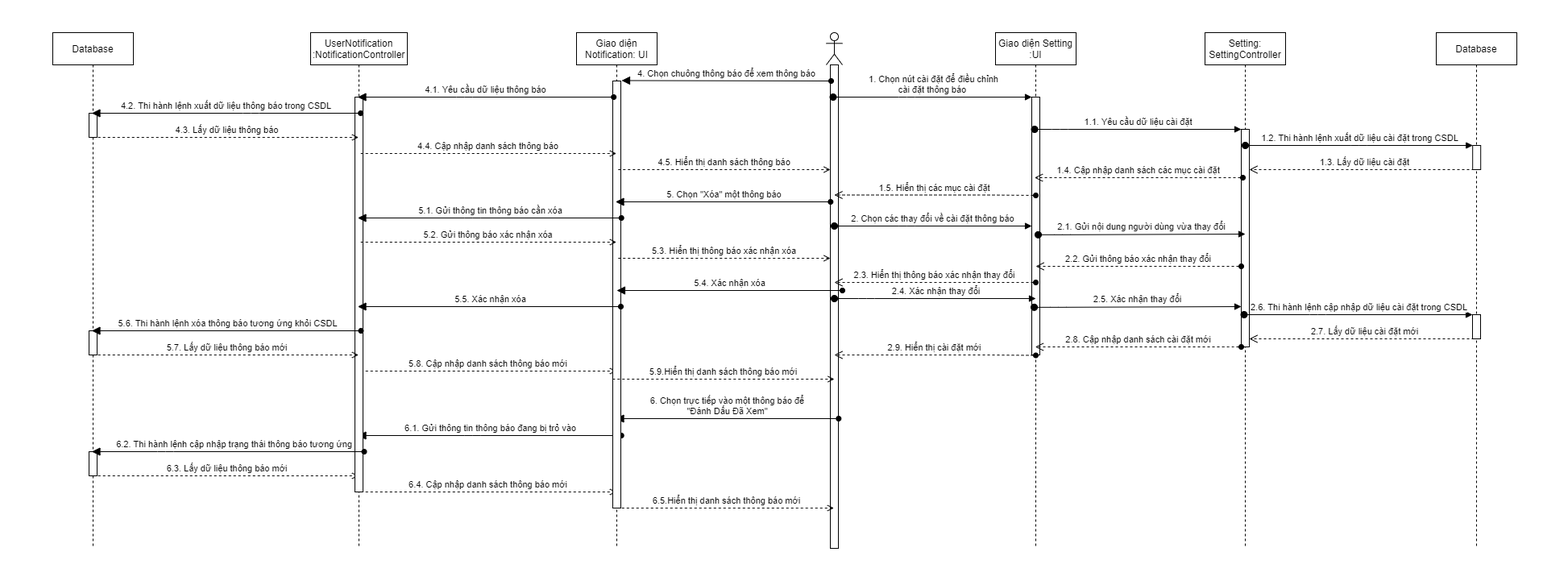
The draw.io diagram ToDoApp-Doc/Document/Diagram/Sequence Diagram/UserNotificationManagement/UserNotificationManagement_SequenceDiagram.png in Merevoli-DatLuu/To-Do-App, before a commit. Source tidied: cells renumbered, new cells last; positions are measured from the earlier drawing's top-left corner, leaving out a move shared by most shapes.
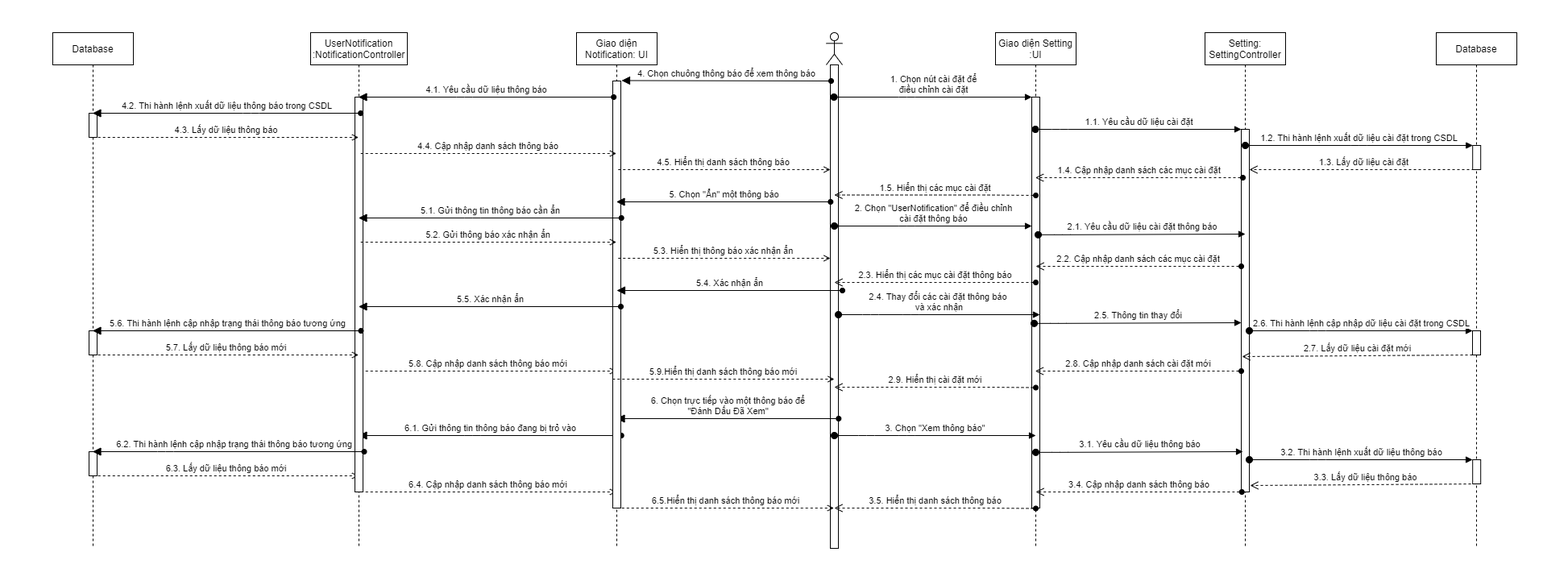
Above is the later version.

Commit message:
[Modified]: UserNotificationManagement Sequence Diagram

Diff of the diagram source:
```diff
@@ -15,24 +15,15 @@
       <mxGeometry x="1235" y="40" width="100" height="640" as="geometry" />
     </mxCell>
     <mxCell id="6" style="html=1;perimeter=orthogonalPerimeter;" parent="5" vertex="1">
-      <mxGeometry x="45" y="80" width="10" height="320" as="geometry" />
+      <mxGeometry x="45" y="80" width="10" height="510" as="geometry" />
     </mxCell>
-    <mxCell id="7" value="2.9. Hiển thị cài đặt mới" style="html=1;verticalAlign=bottom;endArrow=open;endSize=8;startArrow=oval;startFill=1;endFill=0;dashed=1;" parent="5" edge="1">
-      <mxGeometry relative="1" as="geometry">
-        <mxPoint x="50" y="400.5" as="sourcePoint" />
-        <mxPoint x="-200" y="400" as="targetPoint" />
-        <Array as="points">
-          <mxPoint x="-9.5" y="400" />
-        </Array>
-      </mxGeometry>
-    </mxCell>
     <mxCell id="8" value="Setting:&lt;br&gt;SettingController" style="shape=umlLifeline;perimeter=lifelinePerimeter;whiteSpace=wrap;html=1;outlineConnect=0;" parent="1" vertex="1">
       <mxGeometry x="1495" y="40" width="100" height="640" as="geometry" />
     </mxCell>
     <mxCell id="9" style="html=1;points=[];perimeter=orthogonalPerimeter;" parent="8" vertex="1">
-      <mxGeometry x="45" y="120" width="10" height="270" as="geometry" />
+      <mxGeometry x="45" y="120" width="10" height="450" as="geometry" />
     </mxCell>
-    <mxCell id="10" value="1. Chọn nút cài đặt để điều chỉnh&lt;br&gt;cài đặt thông báo&amp;nbsp;" style="html=1;verticalAlign=bottom;startArrow=oval;endArrow=block;startSize=8;" parent="1" edge="1" source="3">
+    <mxCell id="10" value="1. Chọn nút cài đặt để&lt;br&gt;điều chỉnh cài đặt" style="html=1;verticalAlign=bottom;startArrow=oval;endArrow=block;startSize=8;" parent="1" edge="1" source="3">
       <mxGeometry relative="1" as="geometry">
         <mxPoint x="1280" y="120" as="targetPoint" />
         <Array as="points">
@@ -55,7 +46,7 @@
         </Array>
       </mxGeometry>
     </mxCell>
-    <mxCell id="13" value="2. Chọn các thay đổi về cài đặt thông báo" style="html=1;verticalAlign=bottom;startArrow=oval;endArrow=block;startSize=8;" parent="1" edge="1">
+    <mxCell id="13" value="2. Chọn &quot;UserNotification&quot; để điều chỉnh&lt;br&gt;cài đặt thông báo" style="html=1;verticalAlign=bottom;startArrow=oval;endArrow=block;startSize=8;" parent="1" edge="1">
       <mxGeometry relative="1" as="geometry">
         <mxPoint x="1035" y="280" as="sourcePoint" />
         <mxPoint x="1280" y="280" as="targetPoint" />
@@ -64,10 +55,10 @@
         </Array>
       </mxGeometry>
     </mxCell>
-    <mxCell id="14" value="2.6. Thi hành lệnh cập nhập dữ liệu cài đặt trong CSDL" style="html=1;verticalAlign=bottom;startArrow=oval;endArrow=block;startSize=8;" parent="1" edge="1" source="8" target="19">
+    <mxCell id="14" value="2.6. Thi hành lệnh cập nhập dữ liệu cài đặt trong CSDL" style="html=1;verticalAlign=bottom;startArrow=oval;endArrow=block;startSize=8;" parent="1" edge="1" source="9" target="19">
       <mxGeometry relative="1" as="geometry">
         <Array as="points">
-          <mxPoint x="1635" y="390" />
+          <mxPoint x="1635" y="410" />
         </Array>
       </mxGeometry>
     </mxCell>
@@ -76,7 +67,7 @@
         <mxPoint x="1040.3" y="519" as="targetPoint" />
       </mxGeometry>
     </mxCell>
-    <mxCell id="16" value="2.1. Gửi nội dung người dùng vừa thay đổi" style="html=1;verticalAlign=bottom;startArrow=oval;endArrow=block;startSize=8;entryX=0.2;entryY=-0.021;entryDx=0;entryDy=0;entryPerimeter=0;" parent="1" edge="1">
+    <mxCell id="16" value="2.1. Yêu cầu dữ liệu cài đặt thông báo" style="html=1;verticalAlign=bottom;startArrow=oval;endArrow=block;startSize=8;entryX=0.2;entryY=-0.021;entryDx=0;entryDy=0;entryPerimeter=0;" parent="1" edge="1">
       <mxGeometry relative="1" as="geometry">
         <mxPoint x="1288" y="290.8" as="sourcePoint" />
         <mxPoint x="1545" y="290" as="targetPoint" />
@@ -91,15 +82,15 @@
     <mxCell id="18" style="html=1;points=[];perimeter=orthogonalPerimeter;" parent="17" vertex="1">
       <mxGeometry x="45.2" y="140" width="10" height="30" as="geometry" />
     </mxCell>
-    <mxCell id="19" style="html=1;points=[];perimeter=orthogonalPerimeter;" parent="17" vertex="1">
-      <mxGeometry x="45" y="350" width="10" height="30" as="geometry" />
-    </mxCell>
+    <mxCell id="58" style="html=1;perimeter=orthogonalPerimeter;" parent="17" vertex="1">
+      <mxGeometry x="45.2" y="530" width="10" height="30" as="geometry" />
+    </mxCell>
     <mxCell id="20" value="2.8. Cập nhập danh sách cài đặt mới" style="html=1;verticalAlign=bottom;endArrow=open;endSize=8;startArrow=oval;startFill=1;endFill=0;dashed=1;" parent="1" edge="1">
       <mxGeometry relative="1" as="geometry">
-        <mxPoint x="1540" y="430" as="sourcePoint" />
-        <mxPoint x="1284.3" y="430" as="targetPoint" />
+        <mxPoint x="1540" y="460" as="sourcePoint" />
+        <mxPoint x="1284.3" y="460" as="targetPoint" />
         <Array as="points">
-          <mxPoint x="1525" y="430" />
+          <mxPoint x="1525" y="460" />
         </Array>
       </mxGeometry>
     </mxCell>
@@ -140,7 +131,7 @@
         </Array>
       </mxGeometry>
     </mxCell>
-    <mxCell id="26" value="2.2. Gửi thông báo xác nhận thay đổi" style="html=1;verticalAlign=bottom;endArrow=open;endSize=8;endFill=0;startArrow=oval;startFill=1;dashed=1;" parent="1" edge="1" source="9">
+    <mxCell id="26" value="2.2. Cập nhập danh sách các mục cài đặt" style="html=1;verticalAlign=bottom;endArrow=open;endSize=8;endFill=0;startArrow=oval;startFill=1;dashed=1;" parent="1" edge="1" source="9">
       <mxGeometry relative="1" as="geometry">
         <mxPoint x="1285" y="330" as="targetPoint" />
       </mxGeometry>
@@ -154,34 +145,23 @@
         </Array>
       </mxGeometry>
     </mxCell>
-    <mxCell id="28" value="2.3. Hiển thị thông báo xác nhận thay đổi" style="html=1;verticalAlign=bottom;endArrow=open;endSize=8;endFill=0;startArrow=oval;startFill=1;dashed=1;" parent="1" edge="1">
+    <mxCell id="28" value="2.3. Hiển thị các mục cài đặt thông báo" style="html=1;verticalAlign=bottom;endArrow=open;endSize=8;endFill=0;startArrow=oval;startFill=1;dashed=1;" parent="1" edge="1">
       <mxGeometry relative="1" as="geometry">
         <mxPoint x="1285" y="350" as="sourcePoint" />
         <mxPoint x="1035" y="350" as="targetPoint" />
       </mxGeometry>
     </mxCell>
-    <mxCell id="29" value="2.7. Lấy dữ liệu cài đặt mới" style="html=1;verticalAlign=bottom;endArrow=open;dashed=1;endSize=8;" parent="1" edge="1">
+    <mxCell id="29" value="2.7. Lấy dữ liệu cài đặt mới" style="html=1;verticalAlign=bottom;endArrow=open;dashed=1;endSize=8;" parent="1" edge="1" source="19">
       <mxGeometry relative="1" as="geometry">
-        <mxPoint x="1835" y="420" as="sourcePoint" />
-        <mxPoint x="1550" y="420" as="targetPoint" />
+        <mxPoint x="1541" y="442" as="targetPoint" />
       </mxGeometry>
     </mxCell>
-    <mxCell id="30" value="2.4. Xác nhận thay đổi" style="html=1;verticalAlign=bottom;startArrow=oval;endArrow=block;startSize=8;" parent="1" edge="1">
-      <mxGeometry relative="1" as="geometry">
-        <mxPoint x="1035" y="370" as="sourcePoint" />
-        <mxPoint x="1285" y="370" as="targetPoint" />
-        <Array as="points">
-          <mxPoint x="1075" y="370" />
-          <mxPoint x="1125.3" y="370" />
-        </Array>
-      </mxGeometry>
-    </mxCell>
-    <mxCell id="31" value="2.5. Xác nhận thay đổi" style="html=1;verticalAlign=bottom;startArrow=oval;endArrow=block;startSize=8;entryX=0.2;entryY=-0.021;entryDx=0;entryDy=0;entryPerimeter=0;" parent="1" edge="1">
+    <mxCell id="31" value="2.5. Thông tin thay đổi" style="html=1;verticalAlign=bottom;startArrow=oval;endArrow=block;startSize=8;entryX=0.2;entryY=-0.021;entryDx=0;entryDy=0;entryPerimeter=0;" parent="1" edge="1">
       <mxGeometry relative="1" as="geometry">
-        <mxPoint x="1283" y="380.8" as="sourcePoint" />
-        <mxPoint x="1540" y="380" as="targetPoint" />
+        <mxPoint x="1283" y="400.8" as="sourcePoint" />
+        <mxPoint x="1540" y="400" as="targetPoint" />
         <Array as="points">
-          <mxPoint x="1313.3" y="380.8" />
+          <mxPoint x="1313.3" y="400.8" />
         </Array>
       </mxGeometry>
     </mxCell>
@@ -270,12 +250,12 @@
         </Array>
       </mxGeometry>
     </mxCell>
-    <mxCell id="49" value="5. Chọn &quot;Xóa&quot; một thông báo" style="html=1;verticalAlign=bottom;startArrow=block;endArrow=oval;startSize=8;startFill=1;endFill=1;" parent="1" edge="1" source="34">
+    <mxCell id="49" value="5. Chọn &quot;Ẩn&quot; một thông báo" style="html=1;verticalAlign=bottom;startArrow=block;endArrow=oval;startSize=8;startFill=1;endFill=1;" parent="1" edge="1" source="34">
       <mxGeometry relative="1" as="geometry">
         <mxPoint x="1030.3" y="250" as="targetPoint" />
       </mxGeometry>
     </mxCell>
-    <mxCell id="50" value="5.1. Gửi thông tin thông báo cần xóa" style="html=1;verticalAlign=bottom;startArrow=block;endArrow=oval;startSize=8;startFill=1;endFill=1;" parent="1" edge="1" source="37">
+    <mxCell id="50" value="5.1. Gửi thông tin thông báo cần ẩn" style="html=1;verticalAlign=bottom;startArrow=block;endArrow=oval;startSize=8;startFill=1;endFill=1;" parent="1" edge="1" source="37">
       <mxGeometry relative="1" as="geometry">
         <mxPoint x="770.7" y="270" as="targetPoint" />
         <Array as="points">
@@ -283,28 +263,28 @@
         </Array>
       </mxGeometry>
     </mxCell>
-    <mxCell id="51" value="5.2. Gửi thông báo xác nhận xóa" style="html=1;verticalAlign=bottom;endArrow=none;endSize=8;endFill=0;startArrow=open;startFill=0;dashed=1;" parent="1" edge="1" source="34">
+    <mxCell id="51" value="5.2. Gửi thông báo xác nhận ẩn" style="html=1;verticalAlign=bottom;endArrow=none;endSize=8;endFill=0;startArrow=open;startFill=0;dashed=1;" parent="1" edge="1" source="34">
       <mxGeometry relative="1" as="geometry">
         <mxPoint x="445" y="300" as="targetPoint" />
       </mxGeometry>
     </mxCell>
-    <mxCell id="52" value="5.3. Hiển thị thông báo xác nhận xóa" style="html=1;verticalAlign=bottom;endArrow=none;endSize=8;endFill=0;startArrow=open;startFill=0;entryX=1.22;entryY=0.409;entryDx=0;entryDy=0;entryPerimeter=0;dashed=1;" parent="1" edge="1" source="4">
+    <mxCell id="52" value="5.3. Hiển thị thông báo xác nhận ẩn" style="html=1;verticalAlign=bottom;endArrow=none;endSize=8;endFill=0;startArrow=open;startFill=0;entryX=1.22;entryY=0.409;entryDx=0;entryDy=0;entryPerimeter=0;dashed=1;" parent="1" edge="1" source="4">
       <mxGeometry relative="1" as="geometry">
         <mxPoint x="765" y="320" as="targetPoint" />
       </mxGeometry>
     </mxCell>
-    <mxCell id="53" value="5.4. Xác nhận xóa" style="html=1;verticalAlign=bottom;startArrow=block;endArrow=oval;startSize=8;startFill=1;endFill=1;" parent="1" edge="1">
+    <mxCell id="53" value="5.4. Xác nhận ẩn" style="html=1;verticalAlign=bottom;startArrow=block;endArrow=oval;startSize=8;startFill=1;endFill=1;" parent="1" edge="1">
       <mxGeometry relative="1" as="geometry">
         <mxPoint x="765" y="360" as="sourcePoint" />
         <mxPoint x="1045" y="360" as="targetPoint" />
       </mxGeometry>
     </mxCell>
-    <mxCell id="54" value="5.5. Xác nhận xóa" style="html=1;verticalAlign=bottom;startArrow=block;endArrow=oval;startSize=8;startFill=1;endFill=1;" parent="1" edge="1" source="37">
+    <mxCell id="54" value="5.5. Xác nhận ẩn" style="html=1;verticalAlign=bottom;startArrow=block;endArrow=oval;startSize=8;startFill=1;endFill=1;" parent="1" edge="1" source="37">
       <mxGeometry relative="1" as="geometry">
         <mxPoint x="770" y="380" as="targetPoint" />
       </mxGeometry>
     </mxCell>
-    <mxCell id="55" value="5.6. Thi hành lệnh xóa thông báo tương ứng khỏi CSDL" style="html=1;verticalAlign=bottom;startArrow=block;endArrow=oval;startSize=8;startFill=1;endFill=1;" parent="1" edge="1" source="39">
+    <mxCell id="55" value="5.6. Thi hành lệnh cập nhập trạng thái thông báo tương ứng" style="html=1;verticalAlign=bottom;startArrow=block;endArrow=oval;startSize=8;startFill=1;endFill=1;" parent="1" edge="1" source="39">
       <mxGeometry relative="1" as="geometry">
         <mxPoint x="447.5" y="410" as="targetPoint" />
       </mxGeometry>
@@ -322,5 +302,79 @@
         </Array>
       </mxGeometry>
     </mxCell>
+    <mxCell id="30" value="2.4. Thay đổi các cài đặt thông báo &lt;br&gt;và xác nhận" style="html=1;verticalAlign=bottom;startArrow=oval;endArrow=block;startSize=8;" parent="1" edge="1">
+      <mxGeometry relative="1" as="geometry">
+        <mxPoint x="1040" y="390" as="sourcePoint" />
+        <mxPoint x="1290" y="390" as="targetPoint" />
+        <Array as="points">
+          <mxPoint x="1080" y="390" />
+          <mxPoint x="1130.3" y="390" />
+        </Array>
+      </mxGeometry>
+    </mxCell>
+    <mxCell id="19" style="html=1;points=[];perimeter=orthogonalPerimeter;" parent="1" vertex="1">
+      <mxGeometry x="1827" y="410" width="10" height="30" as="geometry" />
+    </mxCell>
+    <mxCell id="7" value="2.9. Hiển thị cài đặt mới" style="html=1;verticalAlign=bottom;endArrow=open;endSize=8;startArrow=oval;startFill=1;endFill=0;dashed=1;" parent="1" edge="1">
+      <mxGeometry relative="1" as="geometry">
+        <mxPoint x="1285" y="480.5" as="sourcePoint" />
+        <mxPoint x="1035" y="480" as="targetPoint" />
+        <Array as="points">
+          <mxPoint x="1225.5" y="480" />
+        </Array>
+      </mxGeometry>
+    </mxCell>
+    <mxCell id="59" value="3. Chọn &quot;Xem thông báo&quot;" style="html=1;verticalAlign=bottom;startArrow=oval;endArrow=block;startSize=8;" parent="1" edge="1">
+      <mxGeometry relative="1" as="geometry">
+        <mxPoint x="1035" y="540" as="sourcePoint" />
+        <mxPoint x="1285" y="540" as="targetPoint" />
+        <Array as="points">
+          <mxPoint x="1075" y="540" />
+          <mxPoint x="1125.3" y="540" />
+        </Array>
+      </mxGeometry>
+    </mxCell>
+    <mxCell id="60" value="3.1. Yêu cầu dữ liệu thông báo" style="html=1;verticalAlign=bottom;startArrow=oval;endArrow=block;startSize=8;entryX=0.2;entryY=-0.021;entryDx=0;entryDy=0;entryPerimeter=0;" parent="1" edge="1">
+      <mxGeometry relative="1" as="geometry">
+        <mxPoint x="1285" y="560.8" as="sourcePoint" />
+        <mxPoint x="1542" y="560" as="targetPoint" />
+        <Array as="points">
+          <mxPoint x="1315.3" y="560.8" />
+        </Array>
+      </mxGeometry>
+    </mxCell>
+    <mxCell id="61" value="3.2. Thi hành lệnh xuất dữ liệu thông báo" style="html=1;verticalAlign=bottom;startArrow=oval;endArrow=block;startSize=8;" parent="1" edge="1">
+      <mxGeometry relative="1" as="geometry">
+        <mxPoint x="1550" y="570" as="sourcePoint" />
+        <mxPoint x="1827" y="570" as="targetPoint" />
+        <Array as="points">
+          <mxPoint x="1635" y="570" />
+        </Array>
+      </mxGeometry>
+    </mxCell>
+    <mxCell id="62" value="3.3. Lấy dữ liệu thông báo" style="html=1;verticalAlign=bottom;endArrow=open;dashed=1;endSize=8;" parent="1" edge="1">
+      <mxGeometry relative="1" as="geometry">
+        <mxPoint x="1837" y="600" as="sourcePoint" />
+        <mxPoint x="1551" y="602" as="targetPoint" />
+      </mxGeometry>
+    </mxCell>
+    <mxCell id="63" value="3.4. Cập nhập danh sách thông báo" style="html=1;verticalAlign=bottom;endArrow=open;endSize=8;startArrow=oval;startFill=1;endFill=0;dashed=1;" parent="1" edge="1">
+      <mxGeometry relative="1" as="geometry">
+        <mxPoint x="1540.7" y="610" as="sourcePoint" />
+        <mxPoint x="1285" y="610" as="targetPoint" />
+        <Array as="points">
+          <mxPoint x="1525.7" y="610" />
+        </Array>
+      </mxGeometry>
+    </mxCell>
+    <mxCell id="64" value="3.5. Hiển thị danh sách thông báo" style="html=1;verticalAlign=bottom;endArrow=open;endSize=8;startArrow=oval;startFill=1;endFill=0;dashed=1;" parent="1" edge="1">
+      <mxGeometry relative="1" as="geometry">
+        <mxPoint x="1285" y="630.5" as="sourcePoint" />
+        <mxPoint x="1035" y="630" as="targetPoint" />
+        <Array as="points">
+          <mxPoint x="1225.5" y="630" />
+        </Array>
+      </mxGeometry>
+    </mxCell>
   </root>
 </mxGraphModel>
```
